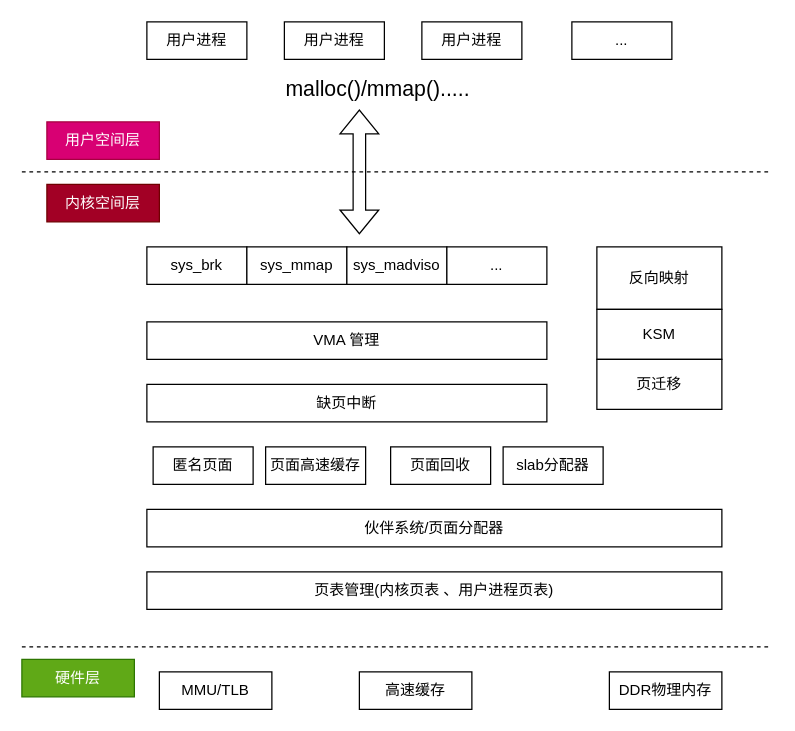
hkdywg/LinuxLab keeps this draw.io diagram as drawio/mm/memory_management.drawio. Above is the earlier version. Source tidied: cells renumbered, new cells numbered last; positions are measured from the earlier drawing's top-left corner, leaving out a move shared by most shapes. Both pictures are drawn from the tidied source at 125%, with x=0, y=0 at pixel (21, 21).
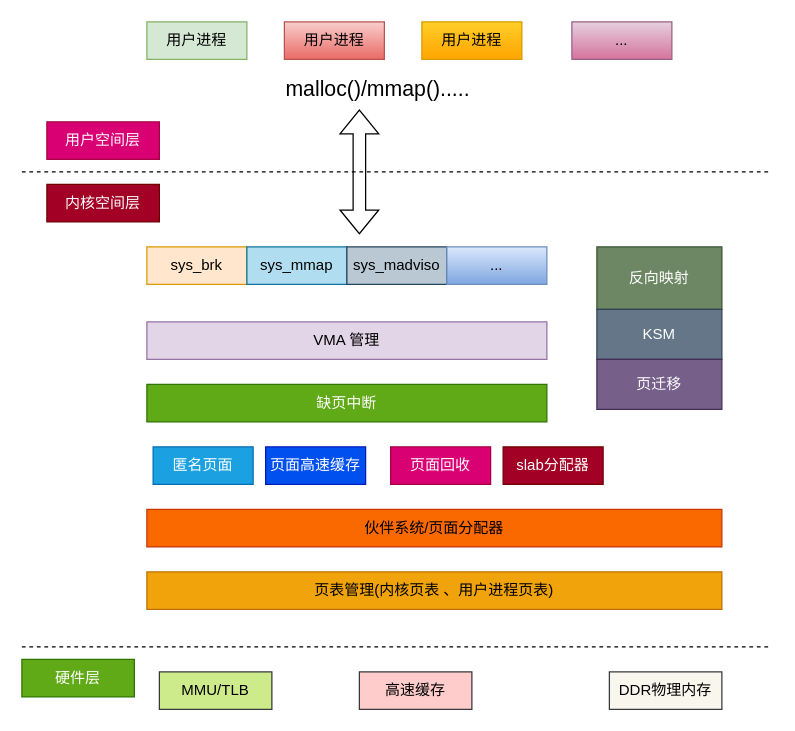
After the change.

Commit message:
feat: 更新linux内存管理整体框架图

The edit, as a diff of the source:
```diff
@@
-    <mxCell id="2" value="用户进程" style="rounded=0;whiteSpace=wrap;html=1;" parent="1" vertex="1">
+    <mxCell id="2" value="用户进程" style="rounded=0;whiteSpace=wrap;html=1;fillColor=#d5e8d4;strokeColor=#82b366;" parent="1" vertex="1">
       <mxGeometry x="100" width="80" height="30" as="geometry" />
     </mxCell>
-    <mxCell id="3" value="用户进程" style="rounded=0;whiteSpace=wrap;html=1;" parent="1" vertex="1">
+    <mxCell id="3" value="用户进程" style="rounded=0;whiteSpace=wrap;html=1;fillColor=#f8cecc;strokeColor=#b85450;gradientColor=#ea6b66;" parent="1" vertex="1">
       <mxGeometry x="210" width="80" height="30" as="geometry" />
     </mxCell>
-    <mxCell id="4" value="用户进程" style="rounded=0;whiteSpace=wrap;html=1;" parent="1" vertex="1">
+    <mxCell id="4" value="用户进程" style="rounded=0;whiteSpace=wrap;html=1;fillColor=#ffcd28;strokeColor=#d79b00;gradientColor=#ffa500;" parent="1" vertex="1">
       <mxGeometry x="320" width="80" height="30" as="geometry" />
     </mxCell>
-    <mxCell id="5" value="..." style="rounded=0;whiteSpace=wrap;html=1;" parent="1" vertex="1">
+    <mxCell id="5" value="..." style="rounded=0;whiteSpace=wrap;html=1;fillColor=#e6d0de;strokeColor=#996185;gradientColor=#d5739d;" parent="1" vertex="1">
       <mxGeometry x="440" width="80" height="30" as="geometry" />
     </mxCell>
@@
-    <mxCell id="11" value="sys_brk" style="rounded=0;whiteSpace=wrap;html=1;" parent="1" vertex="1">
+    <mxCell id="11" value="sys_brk" style="rounded=0;whiteSpace=wrap;html=1;fillColor=#ffe6cc;strokeColor=#d79b00;" parent="1" vertex="1">
       <mxGeometry x="100" y="180" width="80" height="30" as="geometry" />
     </mxCell>
-    <mxCell id="12" value="sys_mmap" style="rounded=0;whiteSpace=wrap;html=1;" parent="1" vertex="1">
+    <mxCell id="12" value="sys_mmap" style="rounded=0;whiteSpace=wrap;html=1;fillColor=#b1ddf0;strokeColor=#10739e;" parent="1" vertex="1">
       <mxGeometry x="180" y="180" width="80" height="30" as="geometry" />
     </mxCell>
-    <mxCell id="13" value="sys_madviso" style="rounded=0;whiteSpace=wrap;html=1;" parent="1" vertex="1">
+    <mxCell id="13" value="sys_madviso" style="rounded=0;whiteSpace=wrap;html=1;fillColor=#bac8d3;strokeColor=#23445d;" parent="1" vertex="1">
       <mxGeometry x="260" y="180" width="80" height="30" as="geometry" />
     </mxCell>
-    <mxCell id="14" value="..." style="rounded=0;whiteSpace=wrap;html=1;" parent="1" vertex="1">
+    <mxCell id="14" value="..." style="rounded=0;whiteSpace=wrap;html=1;fillColor=#dae8fc;gradientColor=#7ea6e0;strokeColor=#6c8ebf;" parent="1" vertex="1">
       <mxGeometry x="340" y="180" width="80" height="30" as="geometry" />
     </mxCell>
-    <mxCell id="15" value="VMA 管理" style="rounded=0;whiteSpace=wrap;html=1;" parent="1" vertex="1">
+    <mxCell id="15" value="VMA 管理" style="rounded=0;whiteSpace=wrap;html=1;fillColor=#e1d5e7;strokeColor=#9673a6;" parent="1" vertex="1">
       <mxGeometry x="100" y="240" width="320" height="30" as="geometry" />
     </mxCell>
-    <mxCell id="16" value="缺页中断" style="rounded=0;whiteSpace=wrap;html=1;" parent="1" vertex="1">
+    <mxCell id="16" value="缺页中断" style="rounded=0;whiteSpace=wrap;html=1;fillColor=#60a917;fontColor=#ffffff;strokeColor=#2D7600;" parent="1" vertex="1">
       <mxGeometry x="100" y="290" width="320" height="30" as="geometry" />
     </mxCell>
-    <mxCell id="17" value="匿名页面" style="rounded=0;whiteSpace=wrap;html=1;" parent="1" vertex="1">
+    <mxCell id="17" value="匿名页面" style="rounded=0;whiteSpace=wrap;html=1;fillColor=#1ba1e2;fontColor=#ffffff;strokeColor=#006EAF;" parent="1" vertex="1">
       <mxGeometry x="105" y="340" width="80" height="30" as="geometry" />
     </mxCell>
-    <mxCell id="18" value="页面高速缓存" style="rounded=0;whiteSpace=wrap;html=1;" parent="1" vertex="1">
+    <mxCell id="18" value="页面高速缓存" style="rounded=0;whiteSpace=wrap;html=1;fillColor=#0050ef;fontColor=#ffffff;strokeColor=#001DBC;" parent="1" vertex="1">
       <mxGeometry x="195" y="340" width="80" height="30" as="geometry" />
     </mxCell>
-    <mxCell id="19" value="页面回收" style="rounded=0;whiteSpace=wrap;html=1;" parent="1" vertex="1">
+    <mxCell id="19" value="页面回收" style="rounded=0;whiteSpace=wrap;html=1;fillColor=#d80073;fontColor=#ffffff;strokeColor=#A50040;" parent="1" vertex="1">
       <mxGeometry x="295" y="340" width="80" height="30" as="geometry" />
     </mxCell>
-    <mxCell id="20" value="slab分配器" style="rounded=0;whiteSpace=wrap;html=1;" parent="1" vertex="1">
+    <mxCell id="20" value="slab分配器" style="rounded=0;whiteSpace=wrap;html=1;fillColor=#a20025;fontColor=#ffffff;strokeColor=#6F0000;" parent="1" vertex="1">
       <mxGeometry x="385" y="340" width="80" height="30" as="geometry" />
     </mxCell>
-    <mxCell id="21" value="反向映射" style="rounded=0;whiteSpace=wrap;html=1;" parent="1" vertex="1">
+    <mxCell id="21" value="反向映射" style="rounded=0;whiteSpace=wrap;html=1;fillColor=#6d8764;fontColor=#ffffff;strokeColor=#3A5431;" parent="1" vertex="1">
       <mxGeometry x="460" y="180" width="100" height="50" as="geometry" />
     </mxCell>
-    <mxCell id="22" value="KSM" style="rounded=0;whiteSpace=wrap;html=1;" parent="1" vertex="1">
+    <mxCell id="22" value="KSM" style="rounded=0;whiteSpace=wrap;html=1;fillColor=#647687;fontColor=#ffffff;strokeColor=#314354;" parent="1" vertex="1">
       <mxGeometry x="460" y="230" width="100" height="40" as="geometry" />
     </mxCell>
-    <mxCell id="23" value="页迁移" style="rounded=0;whiteSpace=wrap;html=1;" parent="1" vertex="1">
+    <mxCell id="23" value="页迁移" style="rounded=0;whiteSpace=wrap;html=1;fillColor=#76608a;fontColor=#ffffff;strokeColor=#432D57;" parent="1" vertex="1">
       <mxGeometry x="460" y="270" width="100" height="40" as="geometry" />
     </mxCell>
-    <mxCell id="24" value="伙伴系统/页面分配器" style="rounded=0;whiteSpace=wrap;html=1;" parent="1" vertex="1">
+    <mxCell id="24" value="伙伴系统/页面分配器" style="rounded=0;whiteSpace=wrap;html=1;fillColor=#fa6800;fontColor=#000000;strokeColor=#C73500;" parent="1" vertex="1">
       <mxGeometry x="100" y="390" width="460" height="30" as="geometry" />
     </mxCell>
-    <mxCell id="25" value="页表管理(内核页表 、用户进程页表)" style="rounded=0;whiteSpace=wrap;html=1;" parent="1" vertex="1">
+    <mxCell id="25" value="页表管理(内核页表 、用户进程页表)" style="rounded=0;whiteSpace=wrap;html=1;fillColor=#f0a30a;fontColor=#000000;strokeColor=#BD7000;" parent="1" vertex="1">
       <mxGeometry x="100" y="440" width="460" height="30" as="geometry" />
     </mxCell>
@@
-    <mxCell id="27" value="MMU/TLB" style="rounded=0;whiteSpace=wrap;html=1;" parent="1" vertex="1">
+    <mxCell id="27" value="MMU/TLB" style="rounded=0;whiteSpace=wrap;html=1;fillColor=#cdeb8b;strokeColor=#36393d;" parent="1" vertex="1">
       <mxGeometry x="110" y="520" width="90" height="30" as="geometry" />
     </mxCell>
-    <mxCell id="28" value="高速缓存" style="rounded=0;whiteSpace=wrap;html=1;" parent="1" vertex="1">
+    <mxCell id="28" value="高速缓存" style="rounded=0;whiteSpace=wrap;html=1;fillColor=#ffcccc;strokeColor=#36393d;" parent="1" vertex="1">
       <mxGeometry x="270" y="520" width="90" height="30" as="geometry" />
     </mxCell>
-    <mxCell id="29" value="DDR物理内存" style="rounded=0;whiteSpace=wrap;html=1;" parent="1" vertex="1">
+    <mxCell id="29" value="DDR物理内存" style="rounded=0;whiteSpace=wrap;html=1;fillColor=#f9f7ed;strokeColor=#36393d;" parent="1" vertex="1">
       <mxGeometry x="470" y="520" width="90" height="30" as="geometry" />
     </mxCell>
```
